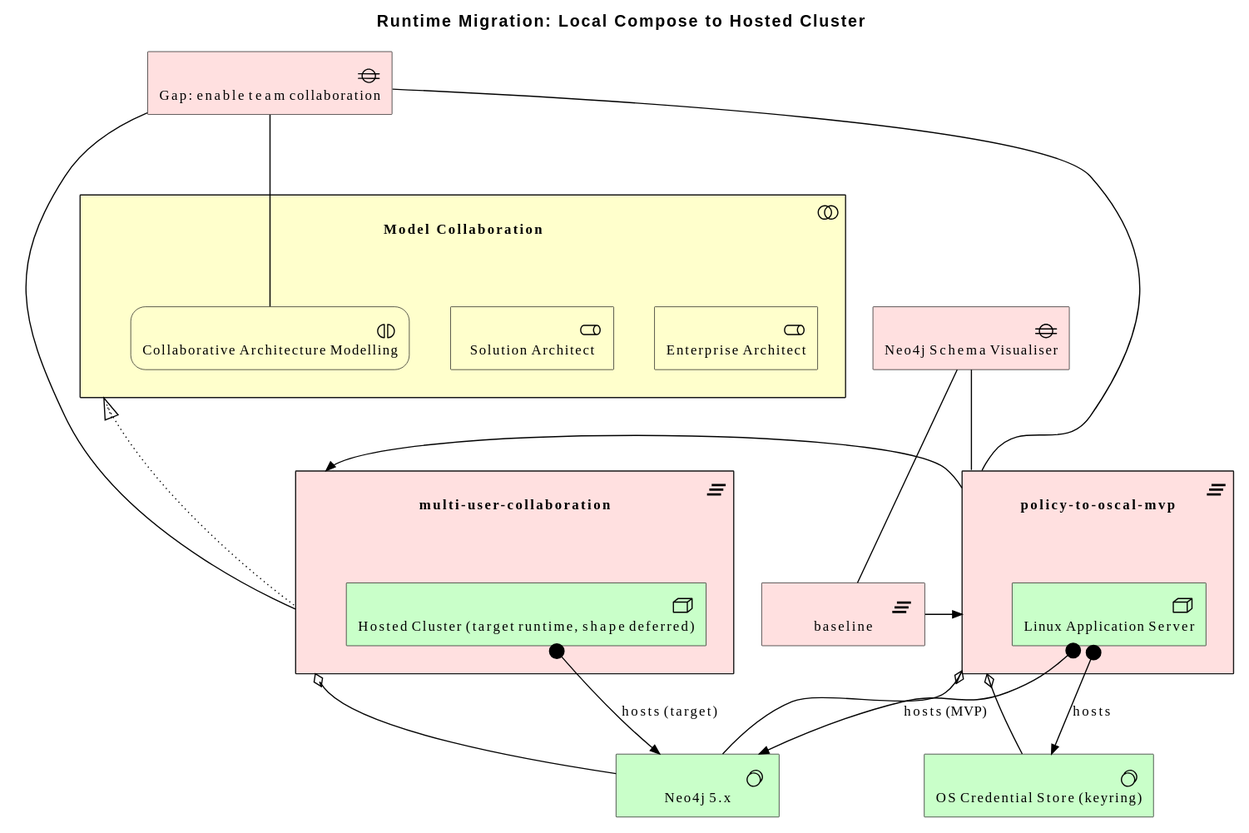
Before: architecture/model/diagrams/migration/runtime.svg, a diagram exported from PlantUML (wolffy-au/frictionless-architect). The source it was exported from:
```plantuml
@startuml
!include <archimate/Archimate>

title Runtime Migration: Local Compose to Hosted Cluster

Business_Collaboration(e_id2aa180bf48e258, "Model Collaboration") {
  Business_Role(e_id2b5394f913985a, "Enterprise Architect")
  Business_Role(e_ide2cb7f3efa6256, "Solution Architect")
  Business_Interaction(e_ida5ff14a2a5eb53, "Collaborative Architecture Modelling")
}
Implementation_Plateau(e_id4accde76fa5858, "baseline")
Technology_SystemSoftware(e_id625e631f1f715e, "Neo4j 5.x")
Technology_SystemSoftware(e_id35bf5bb401c95c, "OS Credential Store (keyring)")
Implementation_Gap(e_id957bea8a8f2755, "Neo4j Schema Visualiser")
Implementation_Gap(e_idd9da54d5550b52, "Gap: enable team collaboration")
Implementation_Plateau(e_id5024d2087dac51, "multi-user-collaboration") {
  Technology_Node(e_id77a3094245ca50, "Hosted Cluster (target runtime, shape deferred)")
}
Implementation_Plateau(e_idb94c55ad2a0756, "policy-to-oscal-mvp") {
  Technology_Node(e_id87c8b07cea4751, "Linux Application Server")
}

Rel_Assignment(e_id87c8b07cea4751, e_id625e631f1f715e, "hosts (MVP)")
Rel_Assignment(e_id77a3094245ca50, e_id625e631f1f715e, "hosts (target)")
Rel_Assignment(e_id87c8b07cea4751, e_id35bf5bb401c95c, "hosts")
Rel_Aggregation(e_idb94c55ad2a0756, e_id625e631f1f715e, "")
Rel_Aggregation(e_idb94c55ad2a0756, e_id35bf5bb401c95c, "")
Rel_Aggregation(e_id5024d2087dac51, e_id625e631f1f715e, "")
Rel_Triggering_Right(e_id4accde76fa5858, e_idb94c55ad2a0756, "")
Rel_Triggering_Right(e_idb94c55ad2a0756, e_id5024d2087dac51, "")
Rel_Association(e_id957bea8a8f2755, e_id4accde76fa5858, "")
Rel_Association(e_id957bea8a8f2755, e_idb94c55ad2a0756, "")
Rel_Association(e_idd9da54d5550b52, e_idb94c55ad2a0756, "")
Rel_Association(e_idd9da54d5550b52, e_id5024d2087dac51, "")
Rel_Realization_Up(e_id5024d2087dac51, e_id2aa180bf48e258, "")
Rel_Association(e_idd9da54d5550b52, e_ida5ff14a2a5eb53, "")
@enduml
```
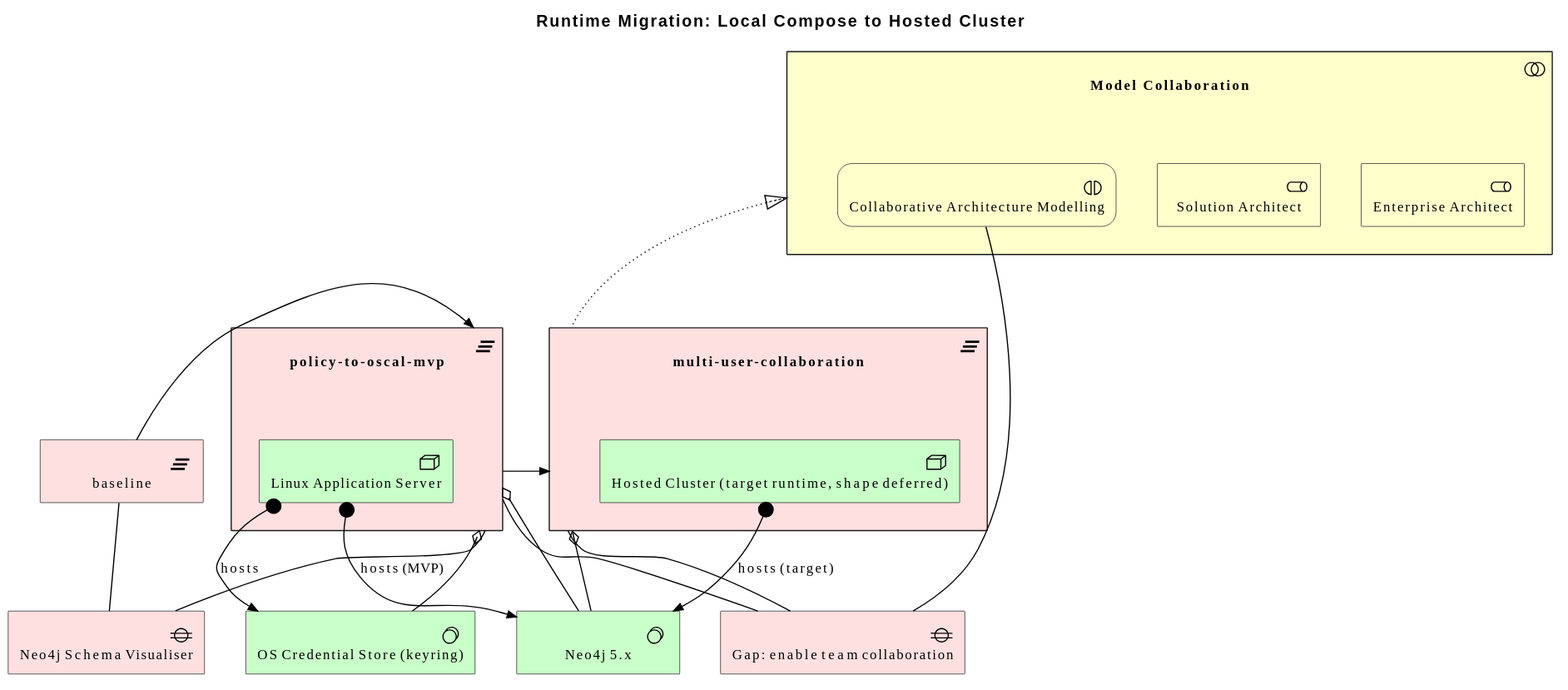
After the change.

Commit message:
fix(model): re-render migration diagrams after Gap association flip

The edit, as a diff of the source:
```diff
@@ -28,10 +28,10 @@
 Rel_Aggregation(e_id5024d2087dac51, e_id625e631f1f715e, "")
 Rel_Triggering_Right(e_id4accde76fa5858, e_idb94c55ad2a0756, "")
 Rel_Triggering_Right(e_idb94c55ad2a0756, e_id5024d2087dac51, "")
-Rel_Association(e_id957bea8a8f2755, e_id4accde76fa5858, "")
-Rel_Association(e_id957bea8a8f2755, e_idb94c55ad2a0756, "")
-Rel_Association(e_idd9da54d5550b52, e_idb94c55ad2a0756, "")
-Rel_Association(e_idd9da54d5550b52, e_id5024d2087dac51, "")
+Rel_Association(e_id4accde76fa5858, e_id957bea8a8f2755, "")
+Rel_Association(e_idb94c55ad2a0756, e_id957bea8a8f2755, "")
+Rel_Association(e_idb94c55ad2a0756, e_idd9da54d5550b52, "")
+Rel_Association(e_id5024d2087dac51, e_idd9da54d5550b52, "")
 Rel_Realization_Up(e_id5024d2087dac51, e_id2aa180bf48e258, "")
-Rel_Association(e_idd9da54d5550b52, e_ida5ff14a2a5eb53, "")
+Rel_Association(e_ida5ff14a2a5eb53, e_idd9da54d5550b52, "")
 @enduml
```
